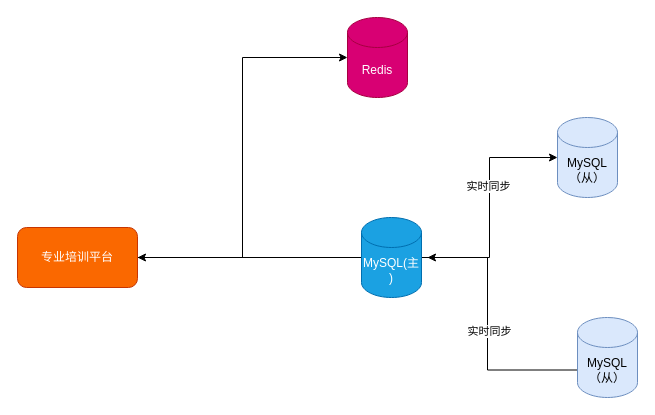
Before: Untitled Diagram.drawio in zongeasy/static, a draw.io diagram. Source tidied: cells renumbered, new cells numbered last; positions are measured from the earlier drawing's top-left corner, leaving out a move shared by most shapes. Both pictures are drawn from the tidied source at 100%, with x=0, y=0 at pixel (17, 17).
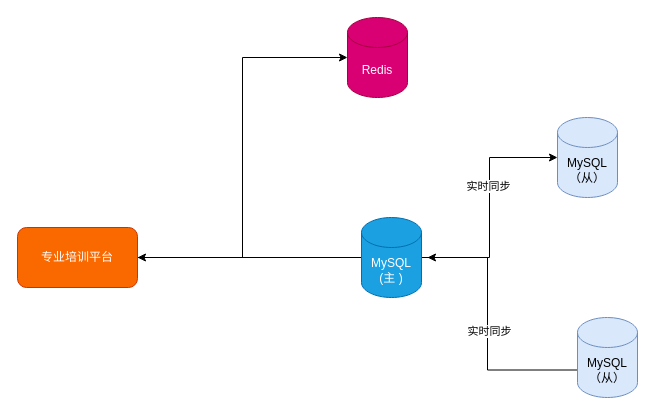
Above is the later version.

Diff of the diagram source:
```diff
@@
 <mxGraphModel>
   <root>
     <mxCell id="0" />
     <mxCell id="1" parent="0" />
     <mxCell id="2" value="MySQL（从）" style="shape=cylinder3;whiteSpace=wrap;html=1;boundedLbl=1;backgroundOutline=1;size=15;fillColor=#dae8fc;strokeColor=#6c8ebf;" parent="1" vertex="1">
       <mxGeometry x="540" y="100" width="60" height="80" as="geometry" />
     </mxCell>
     <mxCell id="3" style="edgeStyle=orthogonalEdgeStyle;rounded=0;jettySize=auto;html=1;exitX=0;exitY=0;exitDx=0;exitDy=52.5;exitPerimeter=0;" parent="1" edge="1" source="5">
       <mxGeometry relative="1" as="geometry">
         <mxPoint x="410" y="240" as="targetPoint" />
         <Array as="points">
           <mxPoint x="470" y="353" />
           <mxPoint x="470" y="240" />
         </Array>
       </mxGeometry>
     </mxCell>
     <mxCell id="4" value="实时同步" style="edgeLabel;html=1;align=center;verticalAlign=middle;" parent="3" vertex="1">
       <mxGeometry x="-0.02" y="-1" relative="1" as="geometry" />
     </mxCell>
     <mxCell id="5" value="&lt;span&gt;MySQL（从）&lt;/span&gt;" style="shape=cylinder3;whiteSpace=wrap;html=1;boundedLbl=1;backgroundOutline=1;size=15;fillColor=#dae8fc;strokeColor=#6c8ebf;" parent="1" vertex="1">
       <mxGeometry x="560" y="300" width="60" height="80" as="geometry" />
     </mxCell>
     <mxCell id="6" style="edgeStyle=orthogonalEdgeStyle;rounded=0;jettySize=auto;html=1;entryX=0;entryY=0.5;entryDx=0;entryDy=0;entryPerimeter=0;" parent="1" edge="1" source="9" target="2">
       <mxGeometry relative="1" as="geometry" />
     </mxCell>
     <mxCell id="7" value="实时同步" style="edgeLabel;html=1;align=center;verticalAlign=middle;" parent="6" vertex="1">
       <mxGeometry x="0.19" y="2" relative="1" as="geometry" />
     </mxCell>
     <mxCell id="8" style="edgeStyle=orthogonalEdgeStyle;rounded=0;jettySize=auto;html=1;entryX=1;entryY=0.5;entryDx=0;entryDy=0;" parent="1" edge="1" source="9" target="12">
       <mxGeometry relative="1" as="geometry" />
     </mxCell>
-    <mxCell id="9" value="MySQL(主 )" style="shape=cylinder3;whiteSpace=wrap;html=1;boundedLbl=1;backgroundOutline=1;size=15;fillColor=#1ba1e2;strokeColor=#006EAF;fontColor=#ffffff;" parent="1" vertex="1">
+    <mxCell id="9" value="MySQL&lt;br&gt;(主 )" style="shape=cylinder3;whiteSpace=wrap;html=1;boundedLbl=1;backgroundOutline=1;size=15;fillColor=#1ba1e2;strokeColor=#006EAF;fontColor=#ffffff;" parent="1" vertex="1">
       <mxGeometry x="344" y="200" width="60" height="80" as="geometry" />
     </mxCell>
     <mxCell id="10" value="Redis" style="shape=cylinder3;whiteSpace=wrap;html=1;boundedLbl=1;backgroundOutline=1;size=15;fillColor=#d80073;strokeColor=#A50040;fontColor=#ffffff;" parent="1" vertex="1">
       <mxGeometry x="330" width="60" height="80" as="geometry" />
     </mxCell>
     <mxCell id="11" style="edgeStyle=orthogonalEdgeStyle;rounded=0;jettySize=auto;html=1;entryX=0;entryY=0.5;entryDx=0;entryDy=0;entryPerimeter=0;" parent="1" edge="1" source="12" target="10">
       <mxGeometry relative="1" as="geometry" />
     </mxCell>
     <mxCell id="12" value="专业培训平台" style="rounded=1;whiteSpace=wrap;html=1;fillColor=#fa6800;strokeColor=#C73500;fontColor=#ffffff;" parent="1" vertex="1">
       <mxGeometry y="210" width="120" height="60" as="geometry" />
     </mxCell>
   </root>
 </mxGraphModel>
```
